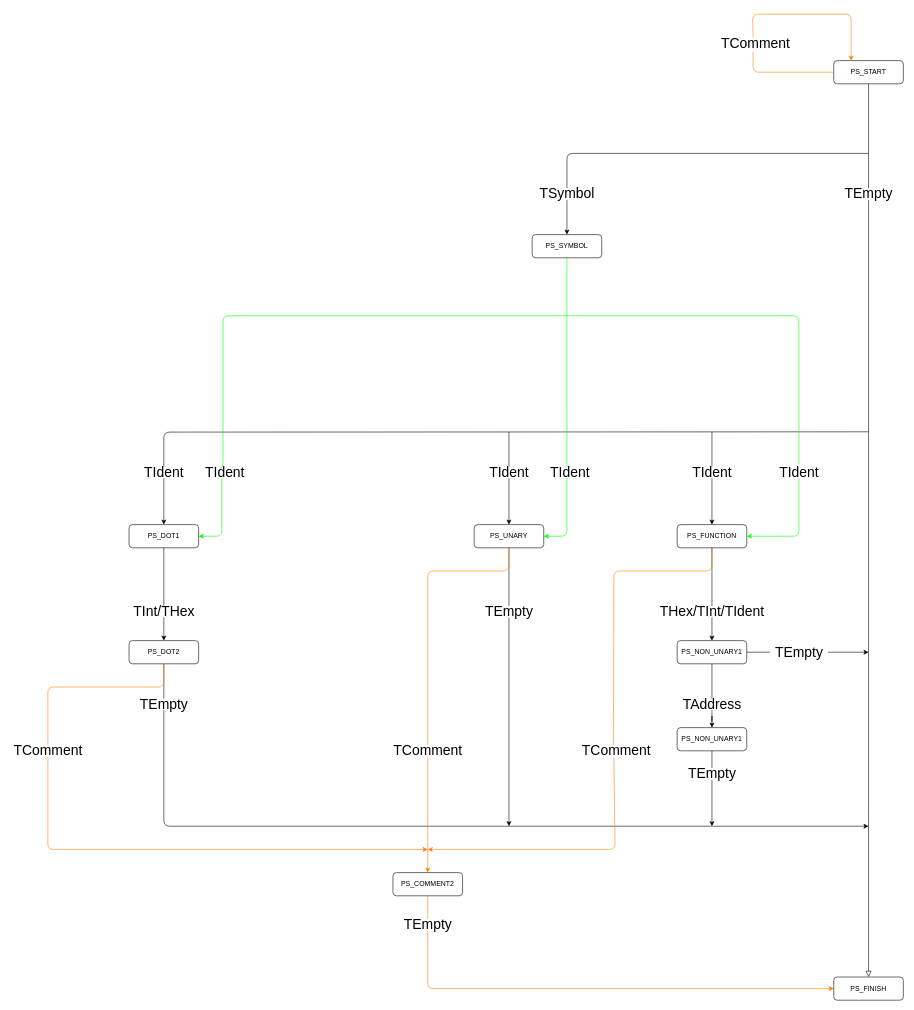
Before: docs/diagrams/Parser.drawio in zackthomas1/Pep9Assembler, a draw.io diagram. Source tidied: cells renumbered, new cells numbered last; positions are measured from the earlier drawing's top-left corner, leaving out a move shared by most shapes. Both pictures are drawn from the tidied source at 58%, with x=0, y=0 at pixel (10, 14).
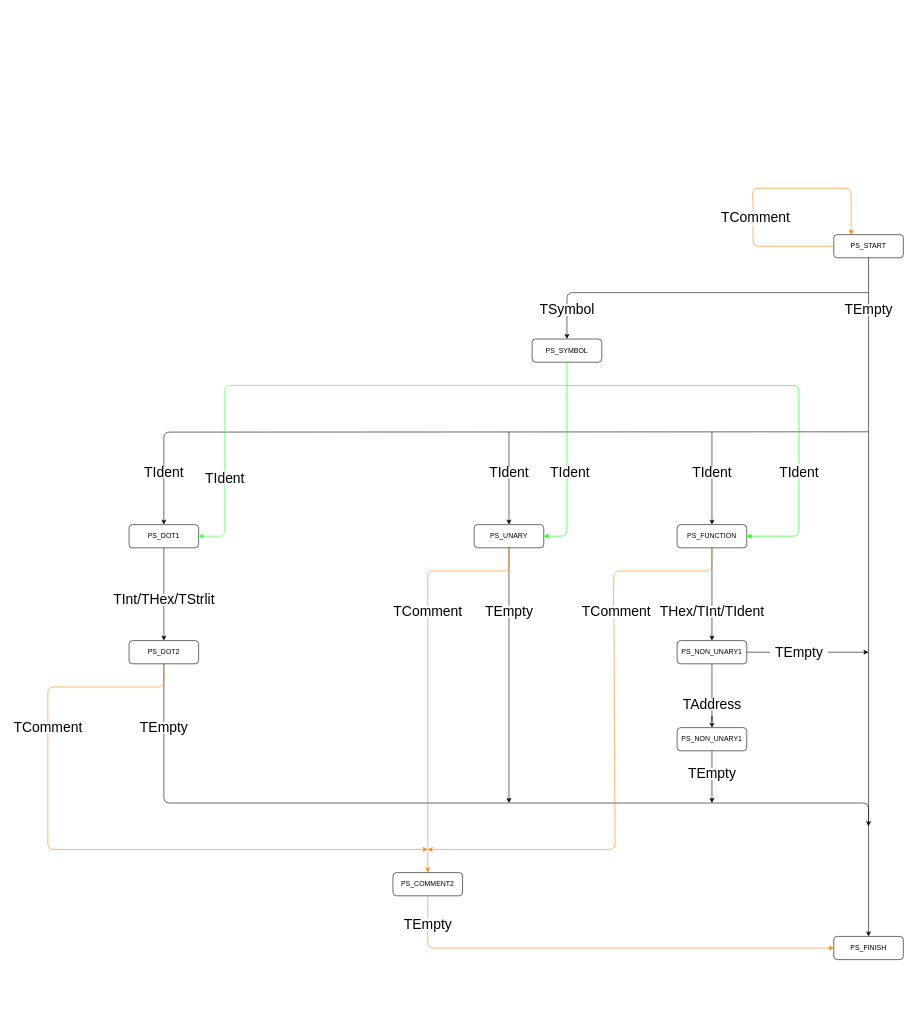
Above is the later version.

The change refers to these unchanged cells:
```xml
<mxCell id="7" value="PS_DOT1" style="rounded=1;whiteSpace=wrap;html=1;fontSize=12;glass=0;strokeWidth=1;shadow=0;" parent="1" vertex="1">
  <mxGeometry x="205" y="880" width="120" height="40" as="geometry" />
</mxCell>
<mxCell id="44" value="&lt;font style=&quot;font-size: 24px&quot;&gt;TEmpty&lt;/font&gt;" style="text;html=1;align=center;verticalAlign=middle;points=[];strokeColor=none;" parent="1" vertex="1">
  <mxGeometry x="1160" y="1300" width="100" height="20" as="geometry" />
</mxCell>
<mxCell id="48" value="&lt;font style=&quot;font-size: 24px&quot;&gt;TEmpty&lt;/font&gt;" style="text;html=1;align=center;verticalAlign=middle;points=[];strokeColor=none;" parent="1" vertex="1">
  <mxGeometry x="810" y="1020" width="100" height="20" as="geometry" />
</mxCell>
<mxCell id="57" value="&lt;font style=&quot;font-size: 24px&quot;&gt;TEmpty&lt;/font&gt;" style="text;html=1;align=center;verticalAlign=middle;points=[];strokeColor=none;" parent="1" vertex="1">
  <mxGeometry x="670" y="1560" width="100" height="20" as="geometry" />
</mxCell>
```

What changed in the source:
```diff
@@
-    <mxCell id="2" style="rounded=0;html=1;jettySize=auto;fontSize=11;endArrow=block;endFill=0;endSize=8;strokeWidth=1;shadow=0;labelBackgroundColor=none;edgeStyle=orthogonalEdgeStyle;entryX=0.5;entryY=0;entryDx=0;entryDy=0;startArrow=none;" parent="1" edge="1" source="38" target="8">
-      <mxGeometry relative="1" as="geometry">
-        <Array as="points">
-          <mxPoint x="1480" y="1380" />
-          <mxPoint x="1480" y="1380" />
-        </Array>
-      </mxGeometry>
-    </mxCell>
     <mxCell id="3" value="PS_START" style="rounded=1;whiteSpace=wrap;html=1;fontSize=12;glass=0;strokeWidth=1;shadow=0;" parent="1" vertex="1">
-      <mxGeometry x="1420" y="80" width="120" height="40" as="geometry" />
+      <mxGeometry x="1420" y="380" width="120" height="40" as="geometry" />
     </mxCell>
@@
     <mxCell id="8" value="PS_FINISH" style="rounded=1;whiteSpace=wrap;html=1;fontSize=12;glass=0;strokeWidth=1;shadow=0;" parent="1" vertex="1">
-      <mxGeometry x="1420" y="1660" width="120" height="40" as="geometry" />
+      <mxGeometry x="1420" y="1590" width="120" height="40" as="geometry" />
     </mxCell>
@@
     <mxCell id="13" style="edgeStyle=orthogonalEdgeStyle;rounded=1;jettySize=auto;html=1;exitX=0.5;exitY=1;exitDx=0;exitDy=0;startArrow=none;" parent="1" edge="1" source="46">
       <mxGeometry relative="1" as="geometry">
         <mxPoint x="1480" y="1400" as="targetPoint" />
         <Array as="points">
-          <mxPoint x="265" y="1400" />
-          <mxPoint x="1480" y="1400" />
+          <mxPoint x="265" y="1360" />
+          <mxPoint x="1480" y="1360" />
         </Array>
       </mxGeometry>
     </mxCell>
@@
-    <mxCell id="16" style="edgeStyle=orthogonalEdgeStyle;rounded=1;jettySize=auto;html=1;entryX=1;entryY=0.5;entryDx=0;entryDy=0;strokeColor=#00FF00;startArrow=none;" parent="1" edge="1" source="61" target="7">
-      <mxGeometry relative="1" as="geometry">
-        <Array as="points">
-          <mxPoint x="365" y="900" />
-        </Array>
-      </mxGeometry>
-    </mxCell>
@@
     <mxCell id="19" value="PS_SYMBOL" style="rounded=1;whiteSpace=wrap;html=1;fontSize=12;glass=0;strokeWidth=1;shadow=0;" parent="1" vertex="1">
-      <mxGeometry x="900" y="380" width="120" height="40" as="geometry" />
+      <mxGeometry x="900" y="560" width="120" height="40" as="geometry" />
     </mxCell>
@@
     <mxCell id="26" style="endArrow=classic;html=1;strokeColor=#000000;exitX=0.5;exitY=1;exitDx=0;exitDy=0;startArrow=none;" parent="1" edge="1" source="48">
       <mxGeometry relative="1" as="geometry">
-        <mxPoint x="860" y="1400" as="targetPoint" />
+        <mxPoint x="860" y="1360" as="targetPoint" />
       </mxGeometry>
     </mxCell>
     <mxCell id="27" style="endArrow=classic;html=1;strokeColor=#000000;exitX=0.5;exitY=1;exitDx=0;exitDy=0;startArrow=none;" parent="1" edge="1" source="44">
       <mxGeometry relative="1" as="geometry">
-        <mxPoint x="1210" y="1400" as="targetPoint" />
+        <mxPoint x="1210" y="1360" as="targetPoint" />
       </mxGeometry>
     </mxCell>
     <mxCell id="28" style="endArrow=classic;html=1;exitX=0.5;exitY=1;exitDx=0;exitDy=0;strokeColor=#FF8000;startArrow=none;" parent="1" edge="1" source="57" target="8">
       <mxGeometry relative="1" as="geometry">
         <Array as="points">
-          <mxPoint x="720" y="1680" />
+          <mxPoint x="720" y="1610" />
         </Array>
       </mxGeometry>
     </mxCell>
@@
     <mxCell id="32" value="&lt;font style=&quot;font-size: 24px&quot;&gt;TSymbol&lt;/font&gt;" style="text;html=1;align=center;verticalAlign=middle;points=[];strokeColor=none;" parent="1" vertex="1">
-      <mxGeometry x="905" y="300" width="110" height="20" as="geometry" />
+      <mxGeometry x="905" y="500" width="110" height="20" as="geometry" />
     </mxCell>
     <mxCell id="33" style="endArrow=none;html=1;entryX=0.5;entryY=0;entryDx=0;entryDy=0;rounded=1;" parent="1" edge="1" target="32">
       <mxGeometry relative="1" as="geometry">
-        <mxPoint x="1480" y="240" as="sourcePoint" />
+        <mxPoint x="1480" y="480" as="sourcePoint" />
         <Array as="points">
-          <mxPoint x="960" y="240" />
+          <mxPoint x="960" y="480" />
         </Array>
       </mxGeometry>
     </mxCell>
@@
     <mxCell id="38" value="&lt;font style=&quot;font-size: 24px&quot;&gt;TEmpty&lt;/font&gt;" style="text;html=1;align=center;verticalAlign=middle;points=[];strokeColor=none;" parent="1" vertex="1">
-      <mxGeometry x="1430" y="300" width="100" height="20" as="geometry" />
+      <mxGeometry x="1430" y="500" width="100" height="20" as="geometry" />
     </mxCell>
@@
     <mxCell id="46" value="&lt;font style=&quot;font-size: 24px&quot;&gt;TEmpty&lt;/font&gt;" style="text;html=1;align=center;verticalAlign=middle;points=[];strokeColor=none;" parent="1" vertex="1">
-      <mxGeometry x="215" y="1180" width="100" height="20" as="geometry" />
+      <mxGeometry x="215" y="1220" width="100" height="20" as="geometry" />
     </mxCell>
@@
-    <mxCell id="50" value="&lt;font style=&quot;font-size: 24px&quot;&gt;TInt/THex&lt;/font&gt;" style="text;html=1;align=center;verticalAlign=middle;points=[];strokeColor=none;" parent="1" vertex="1">
-      <mxGeometry x="205" y="1020" width="120" height="20" as="geometry" />
+    <mxCell id="50" value="&lt;font style=&quot;font-size: 24px&quot;&gt;TInt/THex/TStrlit&lt;/font&gt;" style="text;html=1;align=center;verticalAlign=middle;points=[];strokeColor=none;" parent="1" vertex="1">
+      <mxGeometry x="170" y="1000" width="190" height="20" as="geometry" />
     </mxCell>
@@
     <mxCell id="52" value="&lt;font style=&quot;font-size: 24px&quot;&gt;TComment&lt;/font&gt;" style="text;html=1;align=center;verticalAlign=middle;points=[];strokeColor=none;" parent="1" vertex="1">
-      <mxGeometry y="1260" width="130" height="20" as="geometry" />
+      <mxGeometry y="1220" width="130" height="20" as="geometry" />
     </mxCell>
@@
     <mxCell id="59" value="&lt;font style=&quot;font-size: 24px&quot;&gt;TComment&lt;/font&gt;" style="text;html=1;align=center;verticalAlign=middle;points=[];strokeColor=none;" parent="1" vertex="1">
-      <mxGeometry x="980" y="1260" width="130" height="20" as="geometry" />
+      <mxGeometry x="980" y="1020" width="130" height="20" as="geometry" />
     </mxCell>
@@
     <mxCell id="61" value="&lt;font style=&quot;font-size: 24px&quot;&gt;TIdent&lt;/font&gt;" style="text;html=1;align=center;verticalAlign=middle;points=[];strokeColor=none;" parent="1" vertex="1">
-      <mxGeometry x="330" y="780" width="80" height="20" as="geometry" />
+      <mxGeometry x="330" y="790" width="80" height="20" as="geometry" />
     </mxCell>
-    <mxCell id="62" style="edgeStyle=orthogonalEdgeStyle;rounded=1;jettySize=auto;html=1;entryX=0.4;entryY=0.1;entryDx=0;entryDy=0;strokeColor=#00FF00;startArrow=none;endArrow=none;entryPerimeter=0;" parent="1" edge="1" target="61">
-      <mxGeometry relative="1" as="geometry">
-        <mxPoint x="960" y="520" as="sourcePoint" />
-        <Array as="points">
-          <mxPoint x="367" y="520" />
-          <mxPoint x="367" y="782" />
-        </Array>
-      </mxGeometry>
-    </mxCell>
@@
     <mxCell id="64" style="edgeStyle=orthogonalEdgeStyle;rounded=1;orthogonalLoop=1;jettySize=auto;html=1;strokeColor=#00FF00;endArrow=none;" parent="1" edge="1">
       <mxGeometry relative="1" as="geometry">
-        <mxPoint x="960" y="520" as="sourcePoint" />
+        <mxPoint x="960" y="640" as="sourcePoint" />
         <mxPoint x="1360" y="776" as="targetPoint" />
         <Array as="points">
-          <mxPoint x="1360" y="520" />
-          <mxPoint x="1360" y="776" />
+          <mxPoint x="960" y="640" />
+          <mxPoint x="1360" y="640" />
         </Array>
       </mxGeometry>
     </mxCell>
@@
     <mxCell id="67" value="&lt;font style=&quot;font-size: 24px&quot;&gt;TComment&lt;/font&gt;" style="text;html=1;align=center;verticalAlign=middle;points=[];strokeColor=none;" parent="1" vertex="1">
-      <mxGeometry x="655" y="1260" width="130" height="20" as="geometry" />
+      <mxGeometry x="655" y="1020" width="130" height="20" as="geometry" />
     </mxCell>
@@
     <mxCell id="69" style="endArrow=classic;html=1;strokeColor=#FF8000;exitX=0.469;exitY=0;exitDx=0;exitDy=0;entryX=0.25;entryY=0;entryDx=0;entryDy=0;startArrow=none;exitPerimeter=0;" parent="1" edge="1" source="70" target="3">
       <mxGeometry relative="1" as="geometry">
         <Array as="points">
-          <mxPoint x="1280" />
-          <mxPoint x="1450" />
+          <mxPoint x="1280" y="300" />
+          <mxPoint x="1450" y="300" />
         </Array>
       </mxGeometry>
     </mxCell>
     <mxCell id="70" value="&lt;font style=&quot;font-size: 24px&quot;&gt;TComment&lt;/font&gt;" style="text;html=1;align=center;verticalAlign=middle;points=[];strokeColor=none;" parent="1" vertex="1">
-      <mxGeometry x="1220" y="40" width="130" height="20" as="geometry" />
+      <mxGeometry x="1220" y="340" width="130" height="20" as="geometry" />
     </mxCell>
     <mxCell id="71" style="endArrow=none;html=1;strokeColor=#FF8000;exitX=0;exitY=0.5;exitDx=0;exitDy=0;entryX=0.469;entryY=1.25;entryDx=0;entryDy=0;entryPerimeter=0;" parent="1" edge="1" source="3" target="70">
       <mxGeometry relative="1" as="geometry">
         <Array as="points">
-          <mxPoint x="1281" y="100" />
+          <mxPoint x="1281" y="400" />
         </Array>
       </mxGeometry>
     </mxCell>
+    <mxCell id="2" style="endArrow=classic;html=1;exitX=0.5;exitY=1;exitDx=0;exitDy=0;exitPerimeter=0;" parent="1" edge="1" source="38" target="8">
+      <mxGeometry relative="1" as="geometry" />
+    </mxCell>
+    <mxCell id="16" style="endArrow=classic;html=1;strokeColor=#33FF33;entryX=1;entryY=0.5;entryDx=0;entryDy=0;" parent="1" edge="1" source="61" target="7">
+      <mxGeometry relative="1" as="geometry">
+        <Array as="points">
+          <mxPoint x="370" y="900" />
+        </Array>
+      </mxGeometry>
+    </mxCell>
+    <mxCell id="72" style="endArrow=none;html=1;strokeColor=#33FF33;" parent="1" edge="1" source="61">
+      <mxGeometry relative="1" as="geometry">
+        <mxPoint x="960" y="640" as="targetPoint" />
+        <Array as="points">
+          <mxPoint x="370" y="640" />
+        </Array>
+      </mxGeometry>
+    </mxCell>
```
